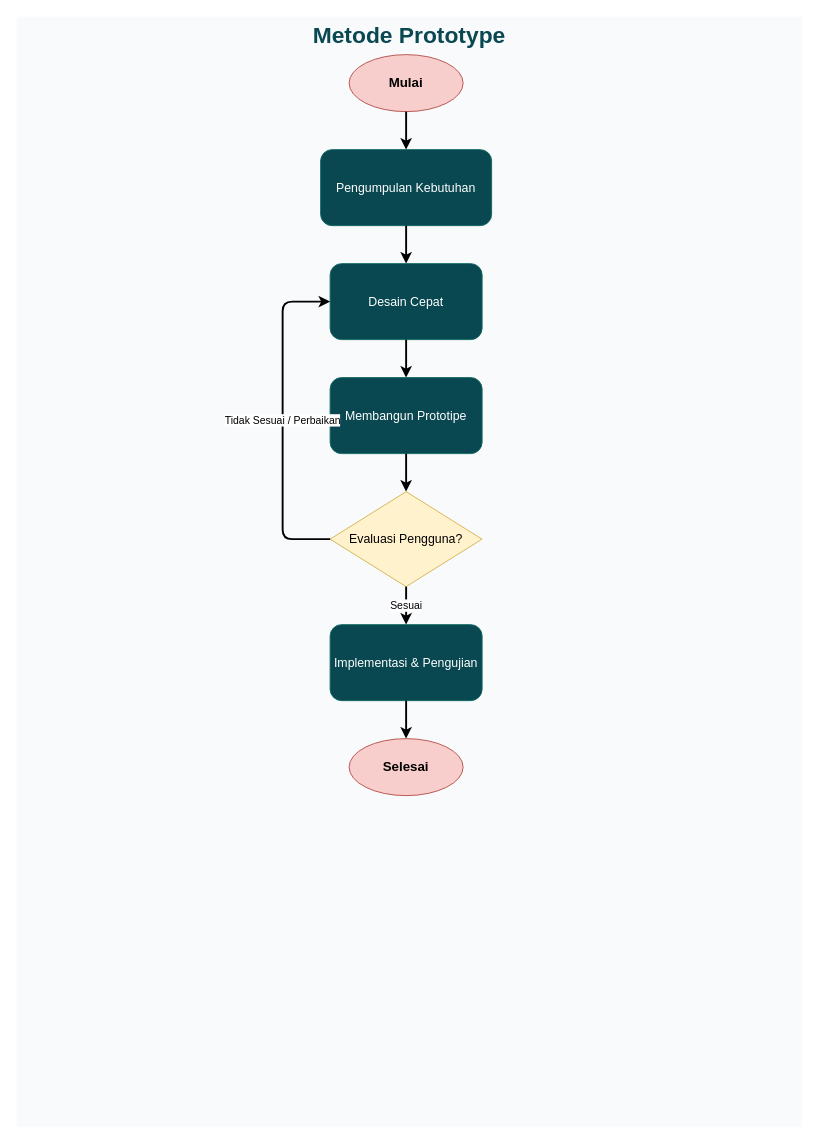
Earlier version of the draw.io diagram diagram/flowchart/metode_prototype.drawio (Jinsky/Jinsky). Source tidied: cells renumbered, new cells numbered last; positions are measured from the earlier drawing's top-left corner, leaving out a move shared by most shapes. Both pictures are drawn from the tidied source at 95%, with x=0, y=0 at pixel (16, 16).
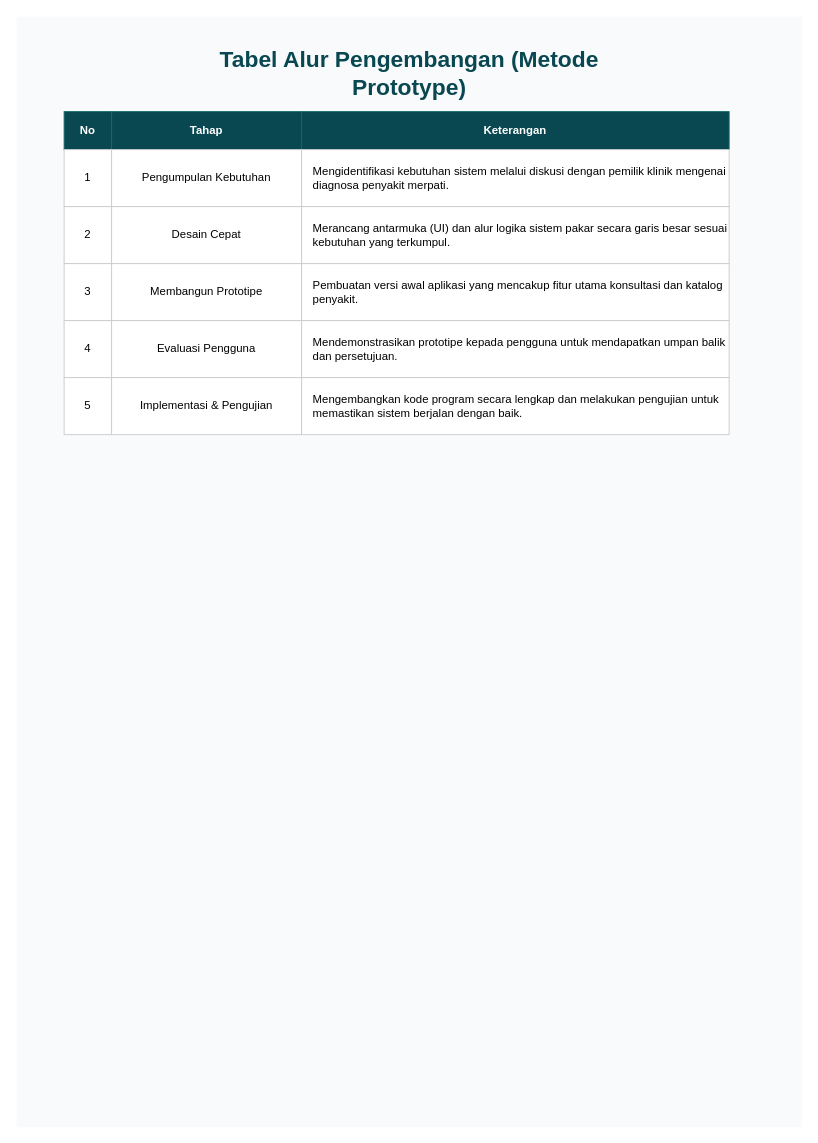
The same page after the edit.

Commit message:
feat: replace prototype flowchart with a tabular flow diagram

Diff of the diagram source:
```diff
@@
-    <mxCell id="3" value="Mulai" style="ellipse;whiteSpace=wrap;html=1;fillColor=#f8cecc;strokeColor=#b85450;fontStyle=1;fontSize=14;" parent="1" vertex="1">
-      <mxGeometry x="350" y="40" width="120" height="60" as="geometry" />
-    </mxCell>
+    <mxCell id="18" value="No" style="shape=rectangle;whiteSpace=wrap;html=1;fillColor=#094851;strokeColor=#126a63;fontColor=#ffffff;fontStyle=1;align=center;" parent="1" vertex="1">
+      <mxGeometry x="50" y="100" width="50" height="40" as="geometry" />
+    </mxCell>
+    <mxCell id="19" value="Tahap" style="shape=rectangle;whiteSpace=wrap;html=1;fillColor=#094851;strokeColor=#126a63;fontColor=#ffffff;fontStyle=1;align=center;" parent="1" vertex="1">
+      <mxGeometry x="100" y="100" width="200" height="40" as="geometry" />
+    </mxCell>
+    <mxCell id="20" value="Keterangan" style="shape=rectangle;whiteSpace=wrap;html=1;fillColor=#094851;strokeColor=#126a63;fontColor=#ffffff;fontStyle=1;align=center;" parent="1" vertex="1">
+      <mxGeometry x="300" y="100" width="450" height="40" as="geometry" />
+    </mxCell>
+    <mxCell id="21" value="1" style="shape=rectangle;whiteSpace=wrap;html=1;fillColor=#ffffff;strokeColor=#cccccc;align=left;spacingLeft=10;verticalAlign=middle;align=center;spacingLeft=0;" parent="1" vertex="1">
+      <mxGeometry x="50" y="140" width="50" height="60" as="geometry" />
+    </mxCell>
-    <mxCell id="4" value="Pengumpulan Kebutuhan" style="rounded=1;whiteSpace=wrap;html=1;fillColor=#094851;strokeColor=#126a63;fontColor=#ffffff;fontSize=13;" parent="1" vertex="1">
-      <mxGeometry x="320" y="140" width="180" height="80" as="geometry" />
+    <mxCell id="4" value="Pengumpulan Kebutuhan" style="shape=rectangle;whiteSpace=wrap;html=1;fillColor=#ffffff;strokeColor=#cccccc;align=left;spacingLeft=10;verticalAlign=middle;align=center;spacingLeft=0;" parent="1" vertex="1">
+      <mxGeometry x="100" y="140" width="200" height="60" as="geometry" />
     </mxCell>
+    <mxCell id="22" value="Mengidentifikasi kebutuhan sistem melalui diskusi dengan pemilik klinik mengenai diagnosa penyakit merpati." style="shape=rectangle;whiteSpace=wrap;html=1;fillColor=#ffffff;strokeColor=#cccccc;align=left;spacingLeft=10;verticalAlign=middle;" parent="1" vertex="1">
+      <mxGeometry x="300" y="140" width="450" height="60" as="geometry" />
+    </mxCell>
+    <mxCell id="23" value="2" style="shape=rectangle;whiteSpace=wrap;html=1;fillColor=#ffffff;strokeColor=#cccccc;align=left;spacingLeft=10;verticalAlign=middle;align=center;spacingLeft=0;" parent="1" vertex="1">
+      <mxGeometry x="50" y="200" width="50" height="60" as="geometry" />
+    </mxCell>
-    <mxCell id="5" value="Desain Cepat" style="rounded=1;whiteSpace=wrap;html=1;fillColor=#094851;strokeColor=#126a63;fontColor=#ffffff;fontSize=13;" parent="1" vertex="1">
-      <mxGeometry x="330" y="260" width="160" height="80" as="geometry" />
+    <mxCell id="5" value="Desain Cepat" style="shape=rectangle;whiteSpace=wrap;html=1;fillColor=#ffffff;strokeColor=#cccccc;align=left;spacingLeft=10;verticalAlign=middle;align=center;spacingLeft=0;" parent="1" vertex="1">
+      <mxGeometry x="100" y="200" width="200" height="60" as="geometry" />
     </mxCell>
+    <mxCell id="24" value="Merancang antarmuka (UI) dan alur logika sistem pakar secara garis besar sesuai kebutuhan yang terkumpul." style="shape=rectangle;whiteSpace=wrap;html=1;fillColor=#ffffff;strokeColor=#cccccc;align=left;spacingLeft=10;verticalAlign=middle;" parent="1" vertex="1">
+      <mxGeometry x="300" y="200" width="450" height="60" as="geometry" />
+    </mxCell>
+    <mxCell id="25" value="3" style="shape=rectangle;whiteSpace=wrap;html=1;fillColor=#ffffff;strokeColor=#cccccc;align=left;spacingLeft=10;verticalAlign=middle;align=center;spacingLeft=0;" parent="1" vertex="1">
+      <mxGeometry x="50" y="260" width="50" height="60" as="geometry" />
+    </mxCell>
-    <mxCell id="6" value="Membangun Prototipe" style="rounded=1;whiteSpace=wrap;html=1;fillColor=#094851;strokeColor=#126a63;fontColor=#ffffff;fontSize=13;" parent="1" vertex="1">
-      <mxGeometry x="330" y="380" width="160" height="80" as="geometry" />
+    <mxCell id="6" value="Membangun Prototipe" style="shape=rectangle;whiteSpace=wrap;html=1;fillColor=#ffffff;strokeColor=#cccccc;align=left;spacingLeft=10;verticalAlign=middle;align=center;spacingLeft=0;" parent="1" vertex="1">
+      <mxGeometry x="100" y="260" width="200" height="60" as="geometry" />
     </mxCell>
-    <mxCell id="7" value="Evaluasi Pengguna?" style="rhombus;whiteSpace=wrap;html=1;fillColor=#fff2cc;strokeColor=#d6b656;fontSize=13;" parent="1" vertex="1">
-      <mxGeometry x="330" y="500" width="160" height="100" as="geometry" />
-    </mxCell>
+    <mxCell id="26" value="Pembuatan versi awal aplikasi yang mencakup fitur utama konsultasi dan katalog penyakit." style="shape=rectangle;whiteSpace=wrap;html=1;fillColor=#ffffff;strokeColor=#cccccc;align=left;spacingLeft=10;verticalAlign=middle;" parent="1" vertex="1">
+      <mxGeometry x="300" y="260" width="450" height="60" as="geometry" />
+    </mxCell>
+    <mxCell id="27" value="4" style="shape=rectangle;whiteSpace=wrap;html=1;fillColor=#ffffff;strokeColor=#cccccc;align=left;spacingLeft=10;verticalAlign=middle;align=center;spacingLeft=0;" parent="1" vertex="1">
+      <mxGeometry x="50" y="320" width="50" height="60" as="geometry" />
+    </mxCell>
+    <mxCell id="28" value="Evaluasi Pengguna" style="shape=rectangle;whiteSpace=wrap;html=1;fillColor=#ffffff;strokeColor=#cccccc;align=left;spacingLeft=10;verticalAlign=middle;align=center;spacingLeft=0;" parent="1" vertex="1">
+      <mxGeometry x="100" y="320" width="200" height="60" as="geometry" />
+    </mxCell>
+    <mxCell id="29" value="Mendemonstrasikan prototipe kepada pengguna untuk mendapatkan umpan balik dan persetujuan." style="shape=rectangle;whiteSpace=wrap;html=1;fillColor=#ffffff;strokeColor=#cccccc;align=left;spacingLeft=10;verticalAlign=middle;" parent="1" vertex="1">
+      <mxGeometry x="300" y="320" width="450" height="60" as="geometry" />
+    </mxCell>
+    <mxCell id="30" value="5" style="shape=rectangle;whiteSpace=wrap;html=1;fillColor=#ffffff;strokeColor=#cccccc;align=left;spacingLeft=10;verticalAlign=middle;align=center;spacingLeft=0;" parent="1" vertex="1">
+      <mxGeometry x="50" y="380" width="50" height="60" as="geometry" />
+    </mxCell>
-    <mxCell id="8" value="Implementasi &amp; Pengujian" style="rounded=1;whiteSpace=wrap;html=1;fillColor=#094851;strokeColor=#126a63;fontColor=#ffffff;fontSize=13;" parent="1" vertex="1">
-      <mxGeometry x="330" y="640" width="160" height="80" as="geometry" />
+    <mxCell id="8" value="Implementasi &amp; Pengujian" style="shape=rectangle;whiteSpace=wrap;html=1;fillColor=#ffffff;strokeColor=#cccccc;align=left;spacingLeft=10;verticalAlign=middle;align=center;spacingLeft=0;" parent="1" vertex="1">
+      <mxGeometry x="100" y="380" width="200" height="60" as="geometry" />
     </mxCell>
-    <mxCell id="9" value="Selesai" style="ellipse;whiteSpace=wrap;html=1;fillColor=#f8cecc;strokeColor=#b85450;fontStyle=1;fontSize=14;" parent="1" vertex="1">
-      <mxGeometry x="350" y="760" width="120" height="60" as="geometry" />
-    </mxCell>
-    <mxCell id="10" style="edgeStyle=orthogonalEdgeStyle;rounded=1;jettySize=auto;html=1;strokeWidth=2;fontSize=11;" parent="1" edge="1" source="3" target="4">
-      <mxGeometry relative="1" as="geometry" />
-    </mxCell>
-    <mxCell id="11" style="edgeStyle=orthogonalEdgeStyle;rounded=1;jettySize=auto;html=1;strokeWidth=2;fontSize=11;" parent="1" edge="1" source="4" target="5">
-      <mxGeometry relative="1" as="geometry" />
-    </mxCell>
-    <mxCell id="12" style="edgeStyle=orthogonalEdgeStyle;rounded=1;jettySize=auto;html=1;strokeWidth=2;fontSize=11;" parent="1" edge="1" source="5" target="6">
-      <mxGeometry relative="1" as="geometry" />
-    </mxCell>
-    <mxCell id="13" style="edgeStyle=orthogonalEdgeStyle;rounded=1;jettySize=auto;html=1;strokeWidth=2;fontSize=11;" parent="1" edge="1" source="6" target="7">
-      <mxGeometry relative="1" as="geometry" />
-    </mxCell>
-    <mxCell id="14" value="Sesuai" style="edgeStyle=orthogonalEdgeStyle;rounded=1;jettySize=auto;html=1;strokeWidth=2;fontSize=11;" parent="1" edge="1" source="7" target="8">
-      <mxGeometry relative="1" as="geometry" />
-    </mxCell>
-    <mxCell id="15" style="edgeStyle=orthogonalEdgeStyle;rounded=1;jettySize=auto;html=1;strokeWidth=2;fontSize=11;" parent="1" edge="1" source="8" target="9">
-      <mxGeometry relative="1" as="geometry" />
-    </mxCell>
-    <mxCell id="16" value="Tidak Sesuai / Perbaikan" style="edgeStyle=orthogonalEdgeStyle;rounded=1;jettySize=auto;html=1;strokeWidth=2;fontSize=11;entryX=0;entryY=0.5;entryDx=0;entryDy=0;exitX=0;exitY=0.5;exitDx=0;exitDy=0;" parent="1" edge="1" source="7" target="5">
-      <mxGeometry relative="1" as="geometry">
-        <Array as="points">
-          <mxPoint x="280" y="550" />
-          <mxPoint x="280" y="300" />
-        </Array>
-      </mxGeometry>
-    </mxCell>
+    <mxCell id="31" value="Mengembangkan kode program secara lengkap dan melakukan pengujian untuk memastikan sistem berjalan dengan baik." style="shape=rectangle;whiteSpace=wrap;html=1;fillColor=#ffffff;strokeColor=#cccccc;align=left;spacingLeft=10;verticalAlign=middle;" parent="1" vertex="1">
+      <mxGeometry x="300" y="380" width="450" height="60" as="geometry" />
+    </mxCell>
-    <mxCell id="17" value="Metode Prototype" style="text;html=1;strokeColor=none;fillColor=none;align=center;verticalAlign=middle;whiteSpace=wrap;rounded=0;fontSize=24;fontStyle=1;fontColor=#094851;" parent="1" vertex="1">
-      <mxGeometry x="200" y="5" width="427" height="30" as="geometry" />
+    <mxCell id="17" value="Tabel Alur Pengembangan (Metode Prototype)" style="text;html=1;strokeColor=none;fillColor=none;align=center;verticalAlign=middle;whiteSpace=wrap;rounded=0;fontSize=24;fontStyle=1;fontColor=#094851;" parent="1" vertex="1">
+      <mxGeometry x="150" y="40" width="527" height="40" as="geometry" />
     </mxCell>
```
